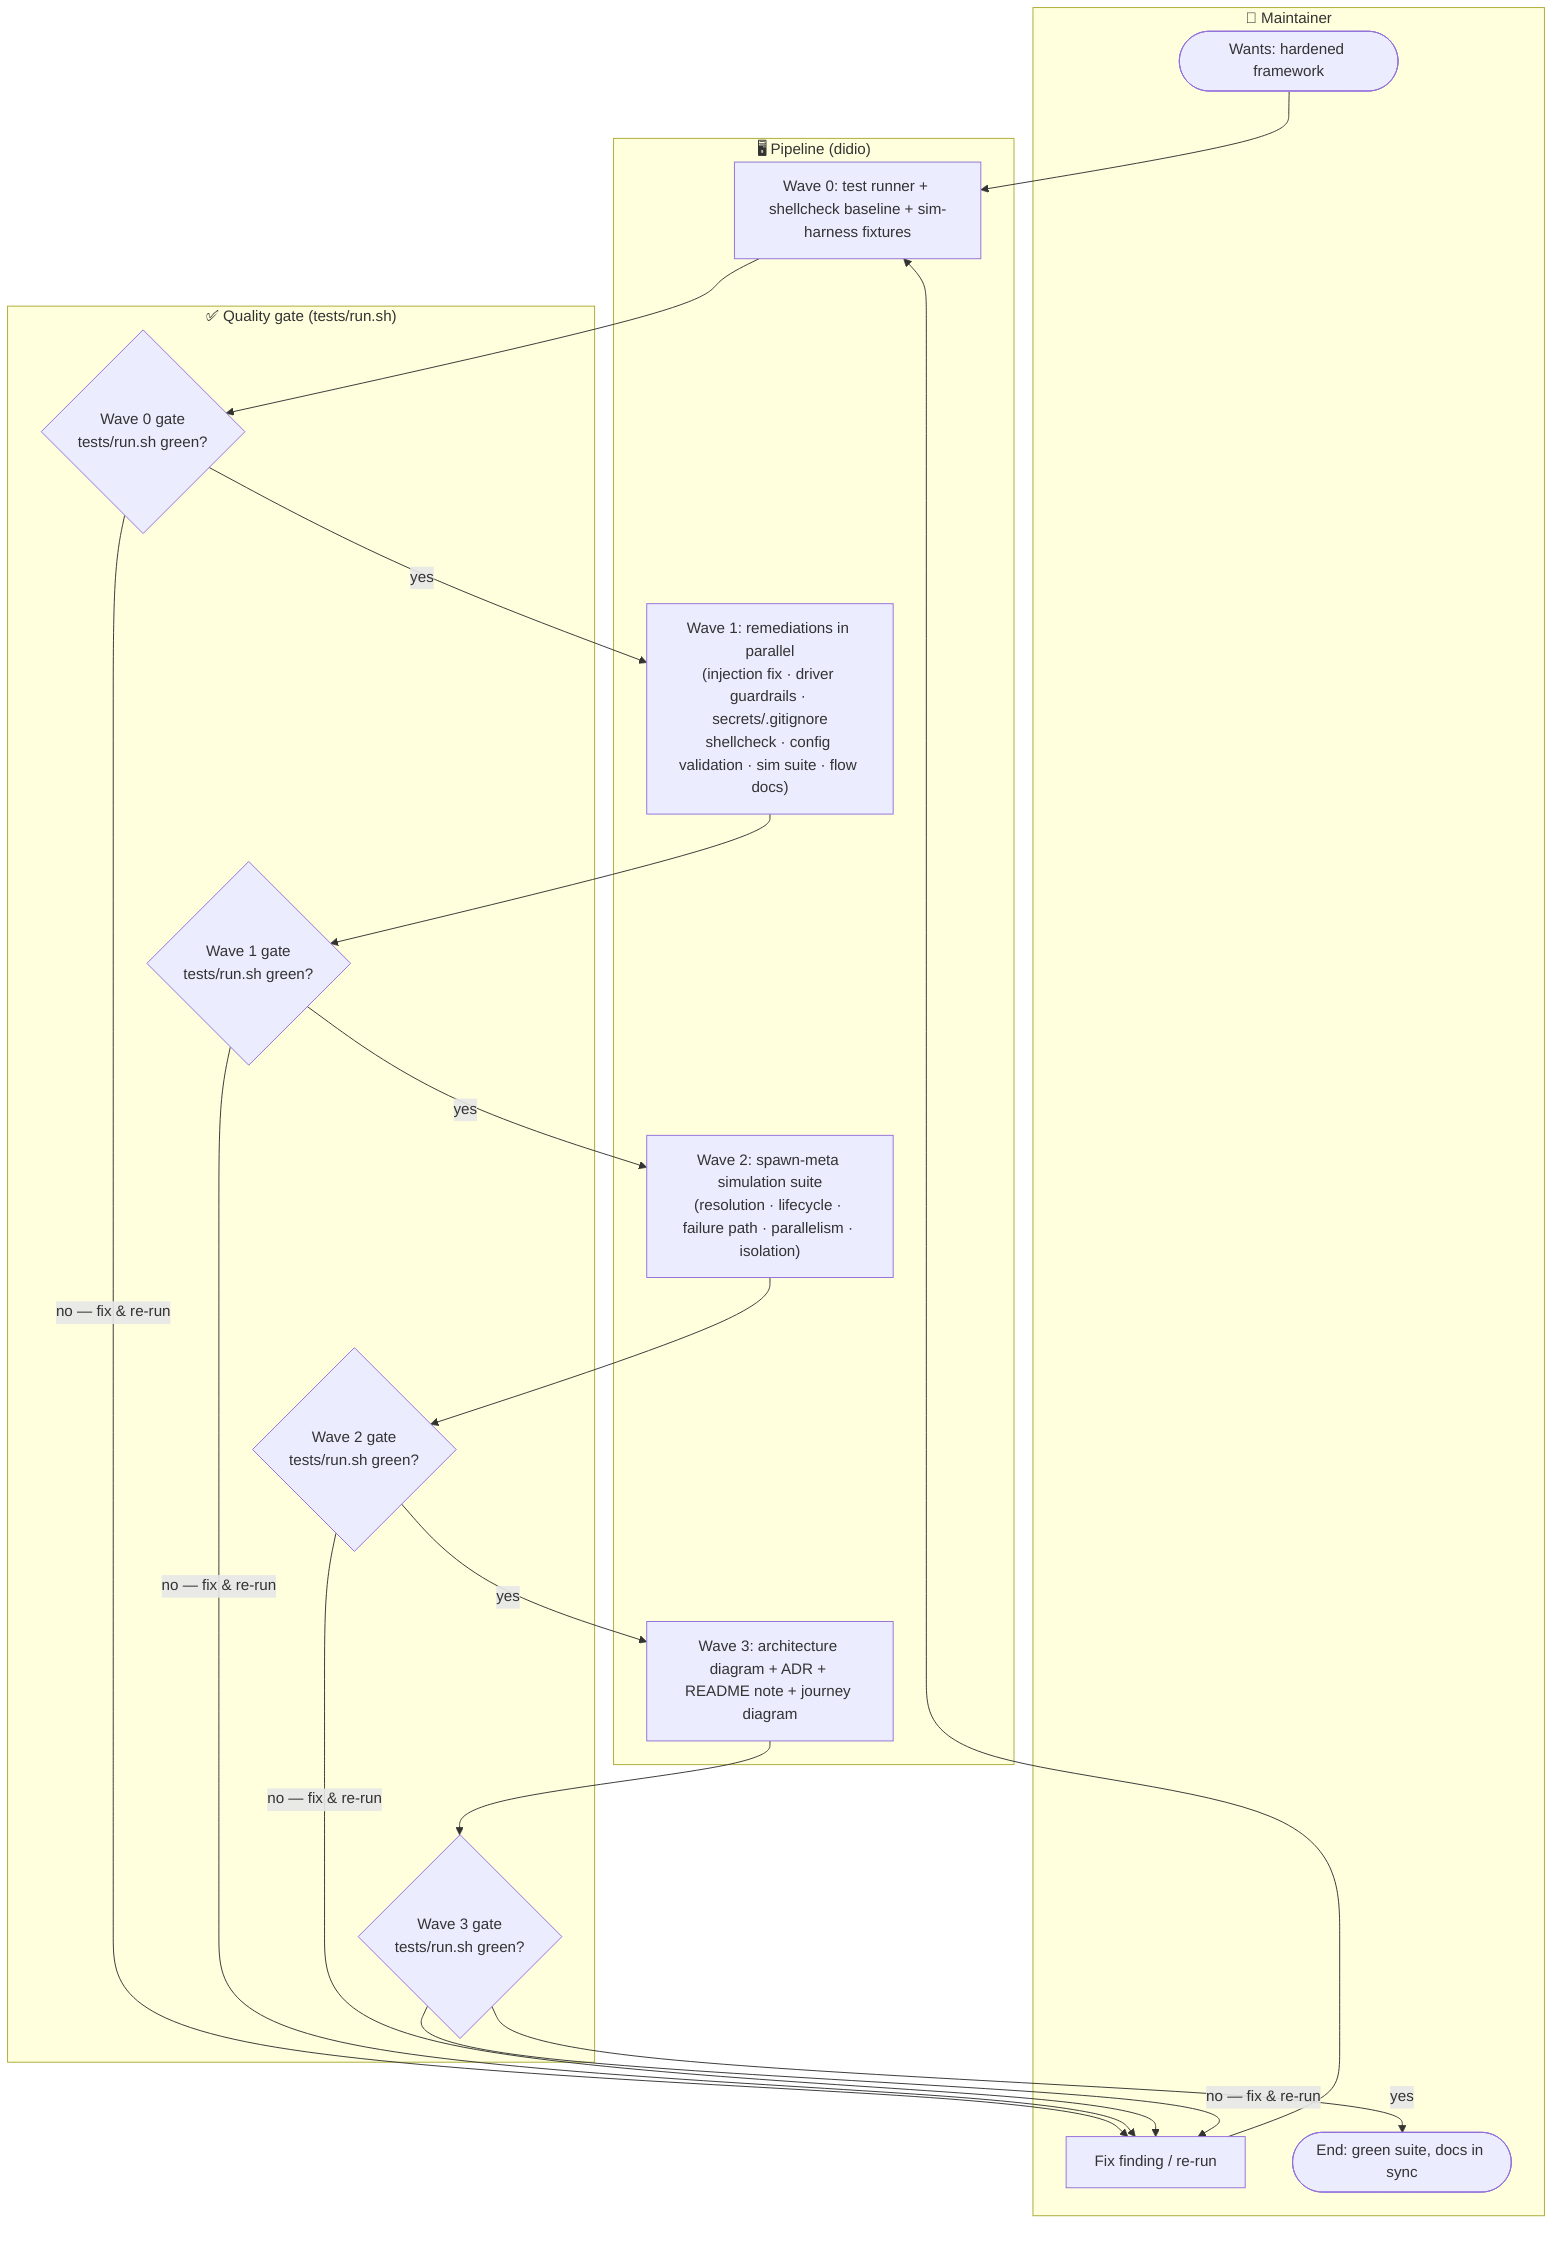
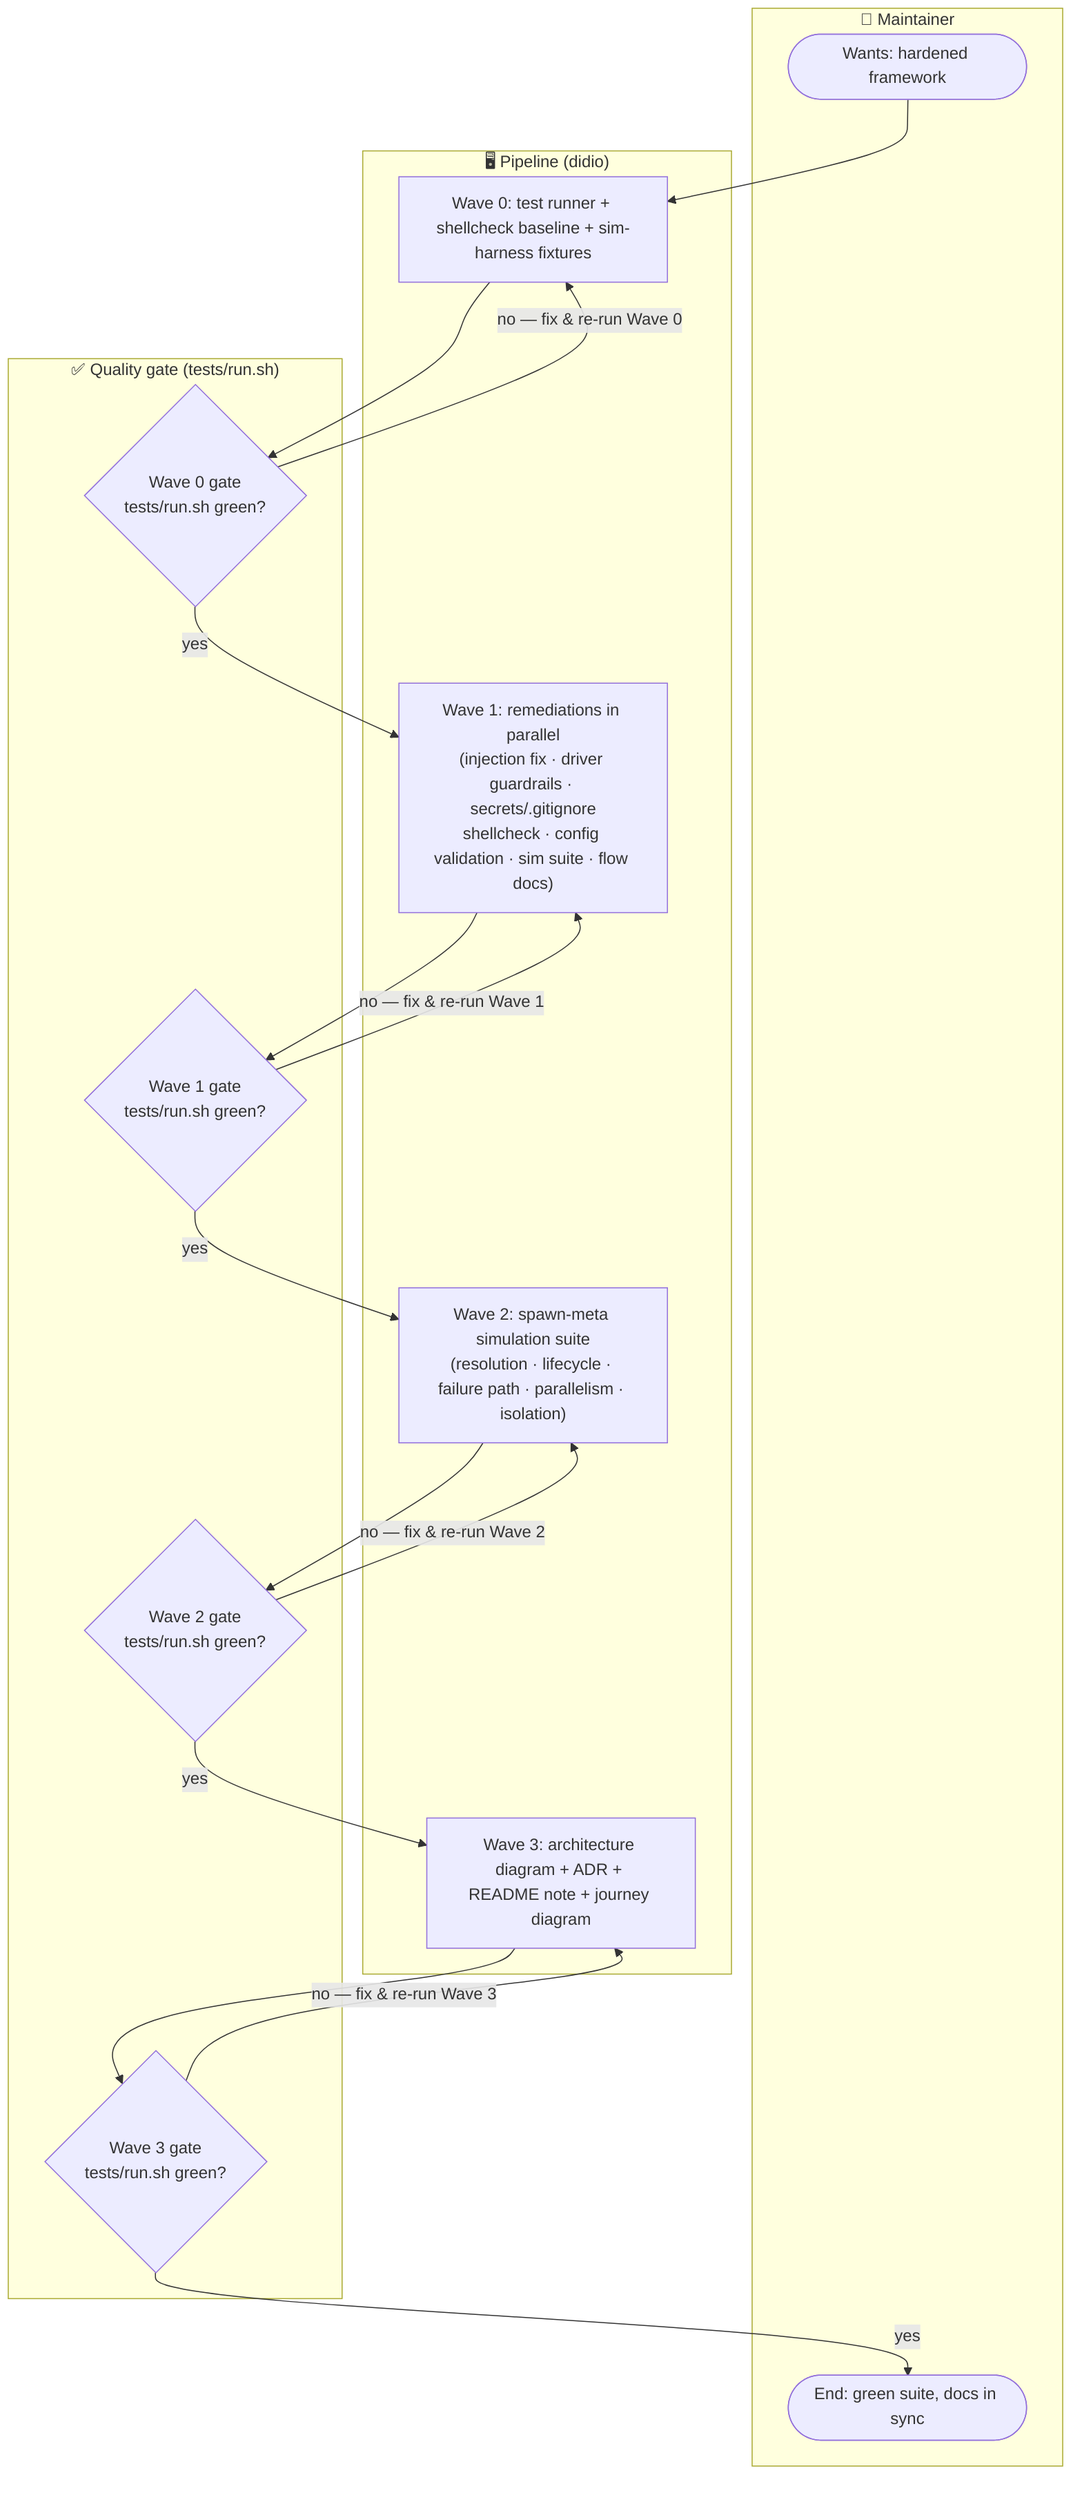
%% F02 — Framework Hardening: maintainer journey (audit → remediate → validate)
%% Swimlanes: Maintainer / Pipeline (didio) / Quality gate (tests)
+ %% NOTE: on a failed gate, resume re-runs ONLY the failed Wave (not Wave 0).
+ %%       Each "no — fix & re-run" edge loops back to its own Wave accordingly.

flowchart TD
    subgraph Maintainer["👤 Maintainer"]
        M_START(["Wants: hardened framework"])
-         M_FIX["Fix finding / re-run"]
        M_END(["End: green suite, docs in sync"])
    end

    subgraph Pipeline["🖥️ Pipeline (didio)"]
        P_W0["Wave 0: test runner + shellcheck baseline + sim-harness fixtures"]
        P_W1["Wave 1: remediations in parallel\n(injection fix · driver guardrails · secrets/.gitignore\nshellcheck · config validation · sim suite · flow docs)"]
        P_W2["Wave 2: spawn-meta simulation suite\n(resolution · lifecycle · failure path · parallelism · isolation)"]
        P_W3["Wave 3: architecture diagram + ADR + README note + journey diagram"]
    end

    subgraph Gate["✅ Quality gate (tests/run.sh)"]
        G_W0{"Wave 0 gate\ntests/run.sh green?"}
        G_W1{"Wave 1 gate\ntests/run.sh green?"}
        G_W2{"Wave 2 gate\ntests/run.sh green?"}
        G_W3{"Wave 3 gate\ntests/run.sh green?"}
    end

    M_START --> P_W0
    P_W0 --> G_W0
-     G_W0 -->|"no — fix & re-run"| M_FIX
-     M_FIX --> P_W0
+     %% A failed gate re-runs ONLY its own Wave (resume semantics), not Wave 0.
+     G_W0 -->|"no — fix & re-run Wave 0"| P_W0

    G_W0 -->|yes| P_W1
    P_W1 --> G_W1
-     G_W1 -->|"no — fix & re-run"| M_FIX
+     G_W1 -->|"no — fix & re-run Wave 1"| P_W1

    G_W1 -->|yes| P_W2
    P_W2 --> G_W2
-     G_W2 -->|"no — fix & re-run"| M_FIX
+     G_W2 -->|"no — fix & re-run Wave 2"| P_W2

    G_W2 -->|yes| P_W3
    P_W3 --> G_W3
-     G_W3 -->|"no — fix & re-run"| M_FIX
+     G_W3 -->|"no — fix & re-run Wave 3"| P_W3
    G_W3 -->|yes| M_END
